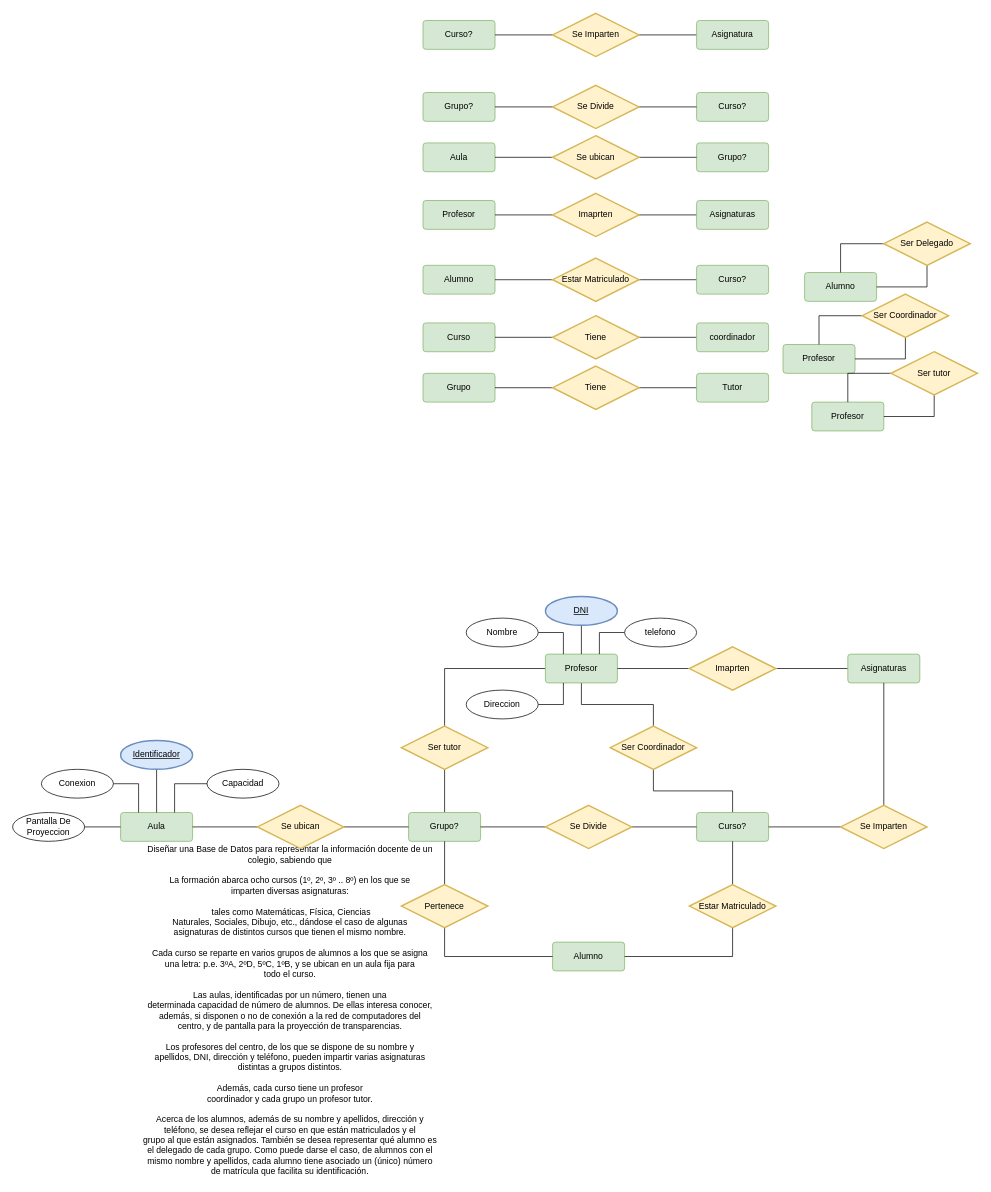
This is tareas base de datos/Actividades_Esquemas/Actividades_Esquemas/Diagrama Sen nome.drawio from Angel-L-G/Base-Datos, a draw.io file, before an edit. Source tidied: cells renumbered, new cells numbered last; positions are measured from the earlier drawing's top-left corner, leaving out a move shared by most shapes. Both pictures are drawn from the tidied source at 72%, with x=0, y=0 at pixel (12, 13).
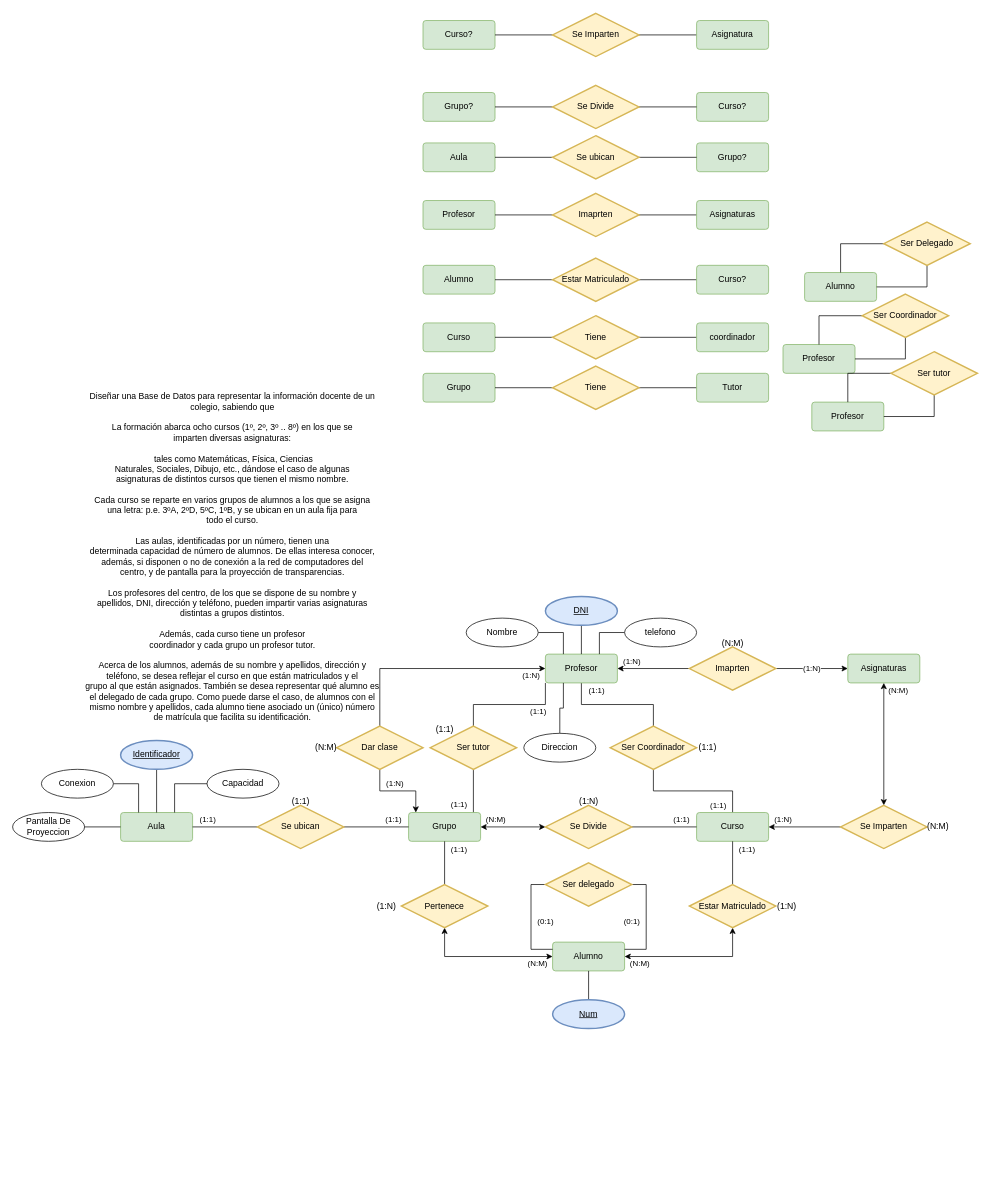
The same diagram, later.

The change refers to these unchanged cells:
```xml
<mxCell id="52" value="Profesor" style="rounded=1;arcSize=10;whiteSpace=wrap;html=1;align=center;fillColor=#d5e8d4;strokeColor=#82b366;" parent="1" vertex="1">
  <mxGeometry x="740" y="890" width="100" height="40" as="geometry" />
</mxCell>
<mxCell id="55" value="Imaprten" style="shape=rhombus;perimeter=rhombusPerimeter;whiteSpace=wrap;html=1;align=center;fillColor=#fff2cc;strokeColor=#d6b656;strokeWidth=2;" parent="1" vertex="1">
  <mxGeometry x="940" y="880" width="120" height="60" as="geometry" />
</mxCell>
<mxCell id="56" value="Asignaturas" style="rounded=1;arcSize=10;whiteSpace=wrap;html=1;align=center;fillColor=#d5e8d4;strokeColor=#82b366;" parent="1" vertex="1">
  <mxGeometry x="1160" y="890" width="100" height="40" as="geometry" />
</mxCell>
<mxCell id="58" value="Ser Coordinador" style="shape=rhombus;perimeter=rhombusPerimeter;whiteSpace=wrap;html=1;align=center;fillColor=#fff2cc;strokeColor=#d6b656;strokeWidth=2;" parent="1" vertex="1">
  <mxGeometry x="830" y="990" width="120" height="60" as="geometry" />
</mxCell>
<mxCell id="64" value="Se Imparten" style="shape=rhombus;perimeter=rhombusPerimeter;whiteSpace=wrap;html=1;align=center;fillColor=#fff2cc;strokeColor=#d6b656;strokeWidth=2;" parent="1" vertex="1">
  <mxGeometry x="1150" y="1100" width="120" height="60" as="geometry" />
</mxCell>
<mxCell id="68" value="Se Divide" style="shape=rhombus;perimeter=rhombusPerimeter;whiteSpace=wrap;html=1;align=center;fillColor=#fff2cc;strokeColor=#d6b656;strokeWidth=2;" parent="1" vertex="1">
  <mxGeometry x="740" y="1100" width="120" height="60" as="geometry" />
</mxCell>
<mxCell id="69" value="Alumno" style="rounded=1;arcSize=10;whiteSpace=wrap;html=1;align=center;fillColor=#d5e8d4;strokeColor=#82b366;" parent="1" vertex="1">
  <mxGeometry x="750" y="1290" width="100" height="40" as="geometry" />
</mxCell>
<mxCell id="72" value="Estar Matriculado" style="shape=rhombus;perimeter=rhombusPerimeter;whiteSpace=wrap;html=1;align=center;fillColor=#fff2cc;strokeColor=#d6b656;strokeWidth=2;" parent="1" vertex="1">
  <mxGeometry x="940" y="1210" width="120" height="60" as="geometry" />
</mxCell>
<mxCell id="75" value="Pertenece" style="shape=rhombus;perimeter=rhombusPerimeter;whiteSpace=wrap;html=1;align=center;fillColor=#fff2cc;strokeColor=#d6b656;strokeWidth=2;" parent="1" vertex="1">
  <mxGeometry x="540" y="1210" width="120" height="60" as="geometry" />
</mxCell>
<mxCell id="76" value="Aula" style="rounded=1;arcSize=10;whiteSpace=wrap;html=1;align=center;fillColor=#d5e8d4;strokeColor=#82b366;" parent="1" vertex="1">
  <mxGeometry x="150" y="1110" width="100" height="40" as="geometry" />
</mxCell>
<mxCell id="79" value="Se ubican" style="shape=rhombus;perimeter=rhombusPerimeter;whiteSpace=wrap;html=1;align=center;fillColor=#fff2cc;strokeColor=#d6b656;strokeWidth=2;" parent="1" vertex="1">
  <mxGeometry x="340" y="1100" width="120" height="60" as="geometry" />
</mxCell>
```

The edit, as a diff of the source:
```diff
@@
     <mxCell id="2" value="Diseñar una Base de Datos para representar la información docente de un &lt;br&gt;&lt;div&gt;colegio, sabiendo que&lt;/div&gt;&lt;div&gt;&lt;br&gt;&lt;/div&gt;La formación abarca ocho cursos (1º, 2º, 3º .. 8º) en los que se &lt;br&gt;&lt;div&gt;imparten diversas asignaturas:&lt;/div&gt;&lt;div&gt;&lt;br&gt;&lt;/div&gt;&lt;div&gt;&amp;nbsp;tales como Matemáticas, Física, Ciencias &lt;/div&gt;&lt;div&gt;Naturales, Sociales, Dibujo, etc., dándose el caso de algunas &lt;/div&gt;&lt;div&gt;asignaturas de distintos cursos que tienen el mismo nombre.&lt;/div&gt;&lt;div&gt;&lt;br&gt;&lt;/div&gt;Cada curso se reparte en varios grupos de alumnos a los que se asigna &lt;br&gt;una letra: p.e. 3ºA, 2ºD, 5ºC, 1ºB, y se ubican en un aula fija para &lt;br&gt;&lt;div&gt;todo el curso. &lt;br&gt;&lt;/div&gt;&lt;div&gt;&lt;br&gt;&lt;/div&gt;&lt;div&gt;Las aulas, identificadas por un número, tienen una &lt;/div&gt;&lt;div&gt;determinada capacidad de número de alumnos. De ellas interesa conocer, &lt;/div&gt;además, si disponen o no de conexión a la red de computadores del &lt;br&gt;&lt;div&gt;centro, y de pantalla para la proyección de transparencias.&lt;/div&gt;&lt;div&gt;&lt;br&gt;&lt;/div&gt;Los profesores del centro, de los que se dispone de su nombre y &lt;br&gt;apellidos, DNI, dirección y teléfono, pueden impartir varias asignaturas&lt;br&gt;&lt;div&gt; distintas a grupos distintos. &lt;br&gt;&lt;/div&gt;&lt;div&gt;&lt;br&gt;&lt;/div&gt;&lt;div&gt;Además, cada curso tiene un profesor &lt;/div&gt;&lt;div&gt;coordinador y cada grupo un profesor tutor.&lt;/div&gt;&lt;div&gt;&lt;br&gt;&lt;/div&gt;Acerca de los alumnos, además de su nombre y apellidos, dirección y &lt;br&gt;teléfono, se desea reflejar el curso en que están matriculados y el &lt;br&gt;grupo al que están asignados. También se desea representar qué alumno es&lt;br&gt; el delegado de cada grupo. Como puede darse el caso, de alumnos con el &lt;br&gt;mismo nombre y apellidos, cada alumno tiene asociado un (único) número &lt;br&gt;de matrícula que facilita su identificación." style="text;html=1;align=center;verticalAlign=middle;strokeColor=none;fillColor=none;" parent="1" vertex="1">
-      <mxGeometry x="170" y="1150" width="430" height="470" as="geometry" />
+      <mxGeometry x="90" y="520" width="430" height="470" as="geometry" />
     </mxCell>
@@
-    <mxCell id="50" style="edgeStyle=orthogonalEdgeStyle;rounded=0;jettySize=auto;html=1;endArrow=none;endFill=0;" parent="1" edge="1" source="52" target="58">
-      <mxGeometry relative="1" as="geometry" />
+    <mxCell id="50" value="(1:1)" style="edgeStyle=orthogonalEdgeStyle;rounded=0;jettySize=auto;html=1;endArrow=none;endFill=0;" parent="1" edge="1" source="52" target="58">
+      <mxGeometry x="-0.38" y="20" relative="1" as="geometry">
+        <mxPoint x="1" as="offset" />
+      </mxGeometry>
     </mxCell>
-    <mxCell id="51" style="edgeStyle=orthogonalEdgeStyle;rounded=0;jettySize=auto;html=1;entryX=0.5;entryY=0;entryDx=0;entryDy=0;endArrow=none;endFill=0;" parent="1" edge="1" source="52" target="60">
-      <mxGeometry relative="1" as="geometry" />
+    <mxCell id="51" value="(1:1)" style="edgeStyle=orthogonalEdgeStyle;rounded=0;jettySize=auto;html=1;entryX=0.5;entryY=0;entryDx=0;entryDy=0;endArrow=none;endFill=0;exitX=0;exitY=1;exitDx=0;exitDy=0;" parent="1" edge="1" source="52" target="60">
+      <mxGeometry x="-0.5" y="10" relative="1" as="geometry">
+        <Array as="points">
+          <mxPoint x="740" y="960" />
+          <mxPoint x="640" y="960" />
+        </Array>
+      </mxGeometry>
     </mxCell>
+    <mxCell id="96" value="(1:N)" style="edgeStyle=orthogonalEdgeStyle;rounded=0;jettySize=auto;html=1;endArrow=none;endFill=0;startArrow=classic;startFill=1;" parent="1" edge="1" source="52" target="100">
+      <mxGeometry x="-0.87" y="10" relative="1" as="geometry" />
+    </mxCell>
@@
-    <mxCell id="53" style="edgeStyle=orthogonalEdgeStyle;rounded=0;jettySize=auto;html=1;entryX=0;entryY=0.5;entryDx=0;entryDy=0;endArrow=none;endFill=0;" parent="1" edge="1" source="55" target="56">
+    <mxCell id="53" value="(1:N)" style="edgeStyle=orthogonalEdgeStyle;rounded=0;jettySize=auto;html=1;entryX=0;entryY=0.5;entryDx=0;entryDy=0;endArrow=classic;endFill=1;" parent="1" edge="1" source="55" target="56">
       <mxGeometry relative="1" as="geometry" />
     </mxCell>
-    <mxCell id="54" style="edgeStyle=orthogonalEdgeStyle;rounded=0;jettySize=auto;html=1;endArrow=none;endFill=0;" parent="1" edge="1" source="55" target="52">
-      <mxGeometry relative="1" as="geometry" />
+    <mxCell id="54" value="(1:N)" style="edgeStyle=orthogonalEdgeStyle;rounded=0;jettySize=auto;html=1;endArrow=classic;endFill=1;" parent="1" edge="1" source="55" target="52">
+      <mxGeometry x="0.6" y="-10" relative="1" as="geometry" />
     </mxCell>
@@
-    <mxCell id="57" style="edgeStyle=orthogonalEdgeStyle;rounded=0;jettySize=auto;html=1;entryX=0.5;entryY=0;entryDx=0;entryDy=0;endArrow=none;endFill=0;" parent="1" edge="1" source="58" target="61">
-      <mxGeometry relative="1" as="geometry" />
+    <mxCell id="57" value="(1:1)" style="edgeStyle=orthogonalEdgeStyle;rounded=0;jettySize=auto;html=1;entryX=0.5;entryY=0;entryDx=0;entryDy=0;endArrow=none;endFill=0;" parent="1" edge="1" source="58" target="61">
+      <mxGeometry x="0.88" y="-20" relative="1" as="geometry" />
     </mxCell>
@@
-    <mxCell id="59" style="edgeStyle=orthogonalEdgeStyle;rounded=0;jettySize=auto;html=1;endArrow=none;endFill=0;" parent="1" edge="1" source="60" target="65">
-      <mxGeometry relative="1" as="geometry" />
+    <mxCell id="59" value="(1:1)" style="edgeStyle=orthogonalEdgeStyle;rounded=0;jettySize=auto;html=1;endArrow=none;endFill=0;" parent="1" edge="1" source="60" target="65">
+      <mxGeometry x="0.67" y="-20" relative="1" as="geometry">
+        <Array as="points">
+          <mxPoint x="640" y="1110" />
+          <mxPoint x="640" y="1110" />
+        </Array>
+        <mxPoint y="-1" as="offset" />
+      </mxGeometry>
     </mxCell>
     <mxCell id="60" value="Ser tutor" style="shape=rhombus;perimeter=rhombusPerimeter;whiteSpace=wrap;html=1;align=center;fillColor=#fff2cc;strokeColor=#d6b656;strokeWidth=2;" parent="1" vertex="1">
-      <mxGeometry x="540" y="990" width="120" height="60" as="geometry" />
+      <mxGeometry x="580" y="990" width="120" height="60" as="geometry" />
     </mxCell>
-    <mxCell id="61" value="Curso?" style="rounded=1;arcSize=10;whiteSpace=wrap;html=1;align=center;fillColor=#d5e8d4;strokeColor=#82b366;" parent="1" vertex="1">
+    <mxCell id="61" value="Curso" style="rounded=1;arcSize=10;whiteSpace=wrap;html=1;align=center;fillColor=#d5e8d4;strokeColor=#82b366;" parent="1" vertex="1">
       <mxGeometry x="950" y="1110" width="100" height="40" as="geometry" />
     </mxCell>
-    <mxCell id="62" style="edgeStyle=orthogonalEdgeStyle;rounded=0;jettySize=auto;html=1;entryX=0.5;entryY=1;entryDx=0;entryDy=0;endArrow=none;endFill=0;" parent="1" edge="1" source="64" target="56">
-      <mxGeometry relative="1" as="geometry" />
+    <mxCell id="62" value="(N:M)" style="edgeStyle=orthogonalEdgeStyle;rounded=0;jettySize=auto;html=1;entryX=0.5;entryY=1;entryDx=0;entryDy=0;endArrow=classic;endFill=1;startArrow=classic;startFill=1;" parent="1" edge="1" source="64" target="56">
+      <mxGeometry x="0.88" y="-20" relative="1" as="geometry" />
     </mxCell>
-    <mxCell id="63" style="edgeStyle=orthogonalEdgeStyle;rounded=0;jettySize=auto;html=1;endArrow=none;endFill=0;" parent="1" edge="1" source="64" target="61">
-      <mxGeometry relative="1" as="geometry" />
+    <mxCell id="63" value="(1:N)" style="edgeStyle=orthogonalEdgeStyle;rounded=0;jettySize=auto;html=1;endArrow=classic;endFill=1;" parent="1" edge="1" source="64" target="61">
+      <mxGeometry x="0.6" y="-10" relative="1" as="geometry" />
     </mxCell>
@@
-    <mxCell id="65" value="Grupo?" style="rounded=1;arcSize=10;whiteSpace=wrap;html=1;align=center;fillColor=#d5e8d4;strokeColor=#82b366;" parent="1" vertex="1">
+    <mxCell id="65" value="Grupo" style="rounded=1;arcSize=10;whiteSpace=wrap;html=1;align=center;fillColor=#d5e8d4;strokeColor=#82b366;" parent="1" vertex="1">
       <mxGeometry x="550" y="1110" width="100" height="40" as="geometry" />
     </mxCell>
-    <mxCell id="66" style="edgeStyle=orthogonalEdgeStyle;rounded=0;jettySize=auto;html=1;entryX=1;entryY=0.5;entryDx=0;entryDy=0;endArrow=none;endFill=0;" parent="1" edge="1" source="68" target="65">
-      <mxGeometry relative="1" as="geometry" />
+    <mxCell id="66" value="(N:M)" style="edgeStyle=orthogonalEdgeStyle;rounded=0;jettySize=auto;html=1;entryX=1;entryY=0.5;entryDx=0;entryDy=0;endArrow=classic;endFill=1;startArrow=classic;startFill=1;" parent="1" edge="1" source="68" target="65">
+      <mxGeometry x="0.56" y="-10" relative="1" as="geometry">
+        <mxPoint x="1" as="offset" />
+      </mxGeometry>
     </mxCell>
-    <mxCell id="67" style="edgeStyle=orthogonalEdgeStyle;rounded=0;jettySize=auto;html=1;endArrow=none;endFill=0;" parent="1" edge="1" source="68" target="61">
-      <mxGeometry relative="1" as="geometry" />
+    <mxCell id="67" value="(1:1)" style="edgeStyle=orthogonalEdgeStyle;rounded=0;jettySize=auto;html=1;endArrow=none;endFill=0;" parent="1" edge="1" source="68" target="61">
+      <mxGeometry x="0.56" y="10" relative="1" as="geometry">
+        <mxPoint x="-1" as="offset" />
+      </mxGeometry>
     </mxCell>
@@
-    <mxCell id="70" style="edgeStyle=orthogonalEdgeStyle;rounded=0;jettySize=auto;html=1;endArrow=none;endFill=0;" parent="1" edge="1" source="72" target="61">
-      <mxGeometry relative="1" as="geometry" />
+    <mxCell id="70" value="(1:1)" style="edgeStyle=orthogonalEdgeStyle;rounded=0;jettySize=auto;html=1;endArrow=none;endFill=0;" parent="1" edge="1" source="72" target="61">
+      <mxGeometry x="0.67" y="-20" relative="1" as="geometry">
+        <mxPoint y="1" as="offset" />
+      </mxGeometry>
     </mxCell>
-    <mxCell id="71" style="edgeStyle=orthogonalEdgeStyle;rounded=0;jettySize=auto;html=1;entryX=1;entryY=0.5;entryDx=0;entryDy=0;endArrow=none;endFill=0;" parent="1" edge="1" source="72" target="69">
-      <mxGeometry relative="1" as="geometry">
+    <mxCell id="71" value="(N:M)" style="edgeStyle=orthogonalEdgeStyle;rounded=0;jettySize=auto;html=1;entryX=1;entryY=0.5;entryDx=0;entryDy=0;endArrow=classic;endFill=1;startArrow=classic;startFill=1;" parent="1" edge="1" source="72" target="69">
+      <mxGeometry x="0.79" y="10" relative="1" as="geometry">
         <Array as="points">
           <mxPoint x="1000" y="1310" />
         </Array>
+        <mxPoint x="1" as="offset" />
       </mxGeometry>
     </mxCell>
@@
-    <mxCell id="73" style="edgeStyle=orthogonalEdgeStyle;rounded=0;jettySize=auto;html=1;entryX=0.5;entryY=1;entryDx=0;entryDy=0;endArrow=none;endFill=0;" parent="1" edge="1" source="75" target="65">
-      <mxGeometry relative="1" as="geometry" />
+    <mxCell id="73" value="(1:1)" style="edgeStyle=orthogonalEdgeStyle;rounded=0;jettySize=auto;html=1;entryX=0.5;entryY=1;entryDx=0;entryDy=0;endArrow=none;endFill=0;" parent="1" edge="1" source="75" target="65">
+      <mxGeometry x="0.67" y="-20" relative="1" as="geometry">
+        <mxPoint y="1" as="offset" />
+      </mxGeometry>
     </mxCell>
-    <mxCell id="74" style="edgeStyle=orthogonalEdgeStyle;rounded=0;jettySize=auto;html=1;entryX=0;entryY=0.5;entryDx=0;entryDy=0;endArrow=none;endFill=0;" parent="1" edge="1" source="75" target="69">
-      <mxGeometry relative="1" as="geometry">
+    <mxCell id="74" value="(N:M)" style="edgeStyle=orthogonalEdgeStyle;rounded=0;jettySize=auto;html=1;entryX=0;entryY=0.5;entryDx=0;entryDy=0;endArrow=classic;endFill=1;startArrow=classic;startFill=1;" parent="1" edge="1" source="75" target="69">
+      <mxGeometry x="0.79" y="-10" relative="1" as="geometry">
         <Array as="points">
           <mxPoint x="600" y="1310" />
         </Array>
+        <mxPoint x="-1" as="offset" />
       </mxGeometry>
     </mxCell>
@@
-    <mxCell id="77" style="edgeStyle=orthogonalEdgeStyle;rounded=0;jettySize=auto;html=1;endArrow=none;endFill=0;" parent="1" edge="1" source="79" target="76">
-      <mxGeometry relative="1" as="geometry" />
+    <mxCell id="77" value="(1:1)" style="edgeStyle=orthogonalEdgeStyle;rounded=0;jettySize=auto;html=1;endArrow=none;endFill=0;" parent="1" edge="1" source="79" target="76">
+      <mxGeometry x="0.56" y="-10" relative="1" as="geometry">
+        <mxPoint x="1" as="offset" />
+      </mxGeometry>
     </mxCell>
-    <mxCell id="78" style="edgeStyle=orthogonalEdgeStyle;rounded=0;jettySize=auto;html=1;endArrow=none;endFill=0;" parent="1" edge="1" source="79" target="65">
-      <mxGeometry relative="1" as="geometry" />
+    <mxCell id="78" value="(1:1)" style="edgeStyle=orthogonalEdgeStyle;rounded=0;jettySize=auto;html=1;endArrow=none;endFill=0;" parent="1" edge="1" source="79" target="65">
+      <mxGeometry x="0.56" y="10" relative="1" as="geometry">
+        <mxPoint x="-1" as="offset" />
+      </mxGeometry>
     </mxCell>
@@
     <mxCell id="95" value="Direccion" style="ellipse;whiteSpace=wrap;html=1;align=center;strokeWidth=1;" parent="1" vertex="1">
-      <mxGeometry x="630" y="940" width="100" height="40" as="geometry" />
+      <mxGeometry x="710" y="1000" width="100" height="40" as="geometry" />
     </mxCell>
+    <mxCell id="97" value="(N:M)" style="text;html=1;align=center;verticalAlign=middle;strokeColor=none;fillColor=none;" parent="1" vertex="1">
+      <mxGeometry x="1260" y="1115" width="50" height="30" as="geometry" />
+    </mxCell>
+    <mxCell id="98" value="(1:1)" style="text;html=1;align=center;verticalAlign=middle;strokeColor=none;fillColor=none;" parent="1" vertex="1">
+      <mxGeometry x="375" y="1080" width="50" height="30" as="geometry" />
+    </mxCell>
+    <mxCell id="99" value="(1:N)" style="edgeStyle=orthogonalEdgeStyle;rounded=0;jettySize=auto;html=1;endArrow=classic;endFill=1;" parent="1" edge="1" source="100" target="65">
+      <mxGeometry x="-0.09" y="10" relative="1" as="geometry">
+        <Array as="points">
+          <mxPoint x="510" y="1080" />
+          <mxPoint x="560" y="1080" />
+        </Array>
+        <mxPoint x="1" as="offset" />
+      </mxGeometry>
+    </mxCell>
+    <mxCell id="100" value="Dar clase" style="shape=rhombus;perimeter=rhombusPerimeter;whiteSpace=wrap;html=1;align=center;fillColor=#fff2cc;strokeColor=#d6b656;strokeWidth=2;" parent="1" vertex="1">
+      <mxGeometry x="450" y="990" width="120" height="60" as="geometry" />
+    </mxCell>
+    <mxCell id="101" value="(N:M)" style="text;html=1;align=center;verticalAlign=middle;strokeColor=none;fillColor=none;" parent="1" vertex="1">
+      <mxGeometry x="410" y="1005" width="50" height="30" as="geometry" />
+    </mxCell>
+    <mxCell id="102" value="(N:M)" style="text;html=1;align=center;verticalAlign=middle;strokeColor=none;fillColor=none;" parent="1" vertex="1">
+      <mxGeometry x="975" y="860" width="50" height="30" as="geometry" />
+    </mxCell>
+    <mxCell id="103" value="(1:1)" style="text;html=1;align=center;verticalAlign=middle;strokeColor=none;fillColor=none;" parent="1" vertex="1">
+      <mxGeometry x="575" y="980" width="50" height="30" as="geometry" />
+    </mxCell>
+    <mxCell id="104" value="(1:N)" style="text;html=1;align=center;verticalAlign=middle;strokeColor=none;fillColor=none;" parent="1" vertex="1">
+      <mxGeometry x="775" y="1080" width="50" height="30" as="geometry" />
+    </mxCell>
+    <mxCell id="105" value="(1:1)" style="text;html=1;align=center;verticalAlign=middle;strokeColor=none;fillColor=none;" parent="1" vertex="1">
+      <mxGeometry x="940" y="1005" width="50" height="30" as="geometry" />
+    </mxCell>
+    <mxCell id="106" value="(0:1)" style="edgeStyle=orthogonalEdgeStyle;rounded=0;jettySize=auto;html=1;entryX=0;entryY=0.25;entryDx=0;entryDy=0;endArrow=none;endFill=0;exitX=0;exitY=0.5;exitDx=0;exitDy=0;" parent="1" edge="1" source="108" target="69">
+      <mxGeometry y="20" relative="1" as="geometry">
+        <mxPoint y="1" as="offset" />
+      </mxGeometry>
+    </mxCell>
+    <mxCell id="107" value="(0:1)" style="edgeStyle=orthogonalEdgeStyle;rounded=0;jettySize=auto;html=1;entryX=1;entryY=0.25;entryDx=0;entryDy=0;endArrow=none;endFill=0;exitX=1;exitY=0.5;exitDx=0;exitDy=0;" parent="1" edge="1" source="108" target="69">
+      <mxGeometry y="-20" relative="1" as="geometry">
+        <mxPoint y="1" as="offset" />
+      </mxGeometry>
+    </mxCell>
+    <mxCell id="108" value="Ser delegado" style="shape=rhombus;perimeter=rhombusPerimeter;whiteSpace=wrap;html=1;align=center;fillColor=#fff2cc;strokeColor=#d6b656;strokeWidth=2;" parent="1" vertex="1">
+      <mxGeometry x="740" y="1180" width="120" height="60" as="geometry" />
+    </mxCell>
+    <mxCell id="109" style="edgeStyle=orthogonalEdgeStyle;rounded=0;jettySize=auto;html=1;entryX=0.5;entryY=1;entryDx=0;entryDy=0;endArrow=none;endFill=0;" parent="1" edge="1" source="110" target="69">
+      <mxGeometry relative="1" as="geometry" />
+    </mxCell>
+    <mxCell id="110" value="Num" style="ellipse;whiteSpace=wrap;html=1;align=center;fontStyle=4;strokeWidth=2;fillColor=#dae8fc;strokeColor=#6c8ebf;" parent="1" vertex="1">
+      <mxGeometry x="750" y="1370" width="100" height="40" as="geometry" />
+    </mxCell>
+    <mxCell id="111" value="(1:N)" style="text;html=1;align=center;verticalAlign=middle;strokeColor=none;fillColor=none;" parent="1" vertex="1">
+      <mxGeometry x="494" y="1225" width="50" height="30" as="geometry" />
+    </mxCell>
+    <mxCell id="112" value="(1:N)" style="text;html=1;align=center;verticalAlign=middle;strokeColor=none;fillColor=none;" parent="1" vertex="1">
+      <mxGeometry x="1050" y="1225" width="50" height="30" as="geometry" />
+    </mxCell>
```
